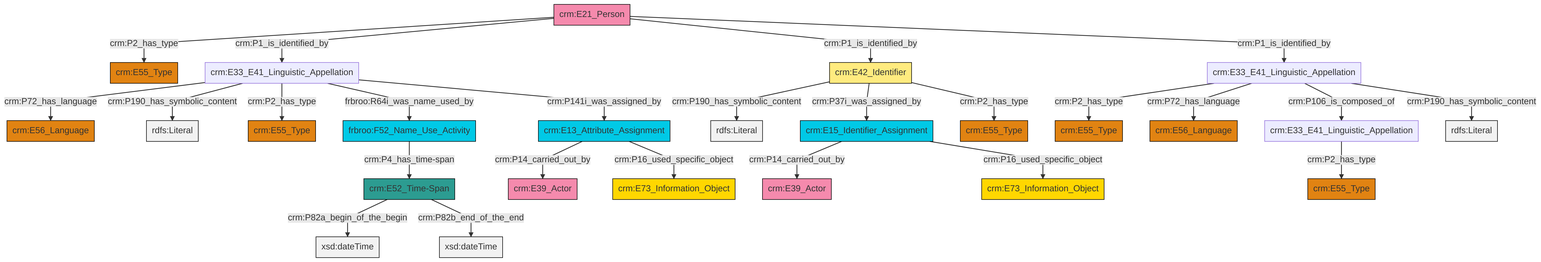
Earlier version of the Mermaid export et/personCSV/ttl/mmd/png/Person_Names_and_Classification.png (swiss-art-research-net/docs.swissartresearch). Its source is kept beside it as et/personCSV/ttl/mmd/Person_Names_and_Classification.ttl.mmd.
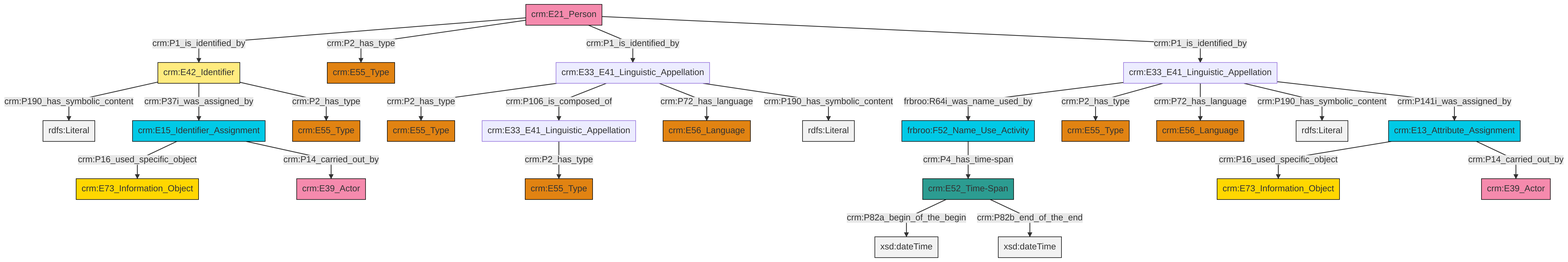
Above is the later version.

What changed in the source:
```diff
@@ -13,27 +13,27 @@
 classDef PC_Classes fill:#4ce600, stroke:#000000;
 classDef Multi fill:#cccccc,stroke:#000000;
 
-2["crm:E33_E41_Linguistic_Appellation"]:::Default -->|crm:P72_has_language| 3["crm:E56_Language"]:::Type
-14["crm:E33_E41_Linguistic_Appellation"]:::Default -->|crm:P2_has_type| 15["crm:E55_Type"]:::Type
-14["crm:E33_E41_Linguistic_Appellation"]:::Default -->|crm:P72_has_language| 16["crm:E56_Language"]:::Type
-18["crm:E42_Identifier"]:::Appellation -->|crm:P190_has_symbolic_content| 19[rdfs:Literal]:::Literal
-20["crm:E15_Identifier_Assignment"]:::Temporal_Entity -->|crm:P14_carried_out_by| 21["crm:E39_Actor"]:::Actor
-18["crm:E42_Identifier"]:::Appellation -->|crm:P37i_was_assigned_by| 20["crm:E15_Identifier_Assignment"]:::Temporal_Entity
-20["crm:E15_Identifier_Assignment"]:::Temporal_Entity -->|crm:P16_used_specific_object| 24["crm:E73_Information_Object"]:::Conceptual_Object
-29["crm:E21_Person"]:::Actor -->|crm:P2_has_type| 12["crm:E55_Type"]:::Type
-2["crm:E33_E41_Linguistic_Appellation"]:::Default -->|crm:P190_has_symbolic_content| 30[rdfs:Literal]:::Literal
-14["crm:E33_E41_Linguistic_Appellation"]:::Default -->|crm:P106_is_composed_of| 8["crm:E33_E41_Linguistic_Appellation"]:::Default
-2["crm:E33_E41_Linguistic_Appellation"]:::Default -->|crm:P2_has_type| 27["crm:E55_Type"]:::Type
-2["crm:E33_E41_Linguistic_Appellation"]:::Default -->|frbroo:R64i_was_name_used_by| 34["frbroo:F52_Name_Use_Activity"]:::Temporal_Entity
-4["crm:E52_Time-Span"]:::Time-Span -->|crm:P82a_begin_of_the_begin| 35[xsd:dateTime]:::Literal
-36["crm:E13_Attribute_Assignment"]:::Temporal_Entity -->|crm:P14_carried_out_by| 0["crm:E39_Actor"]:::Actor
-29["crm:E21_Person"]:::Actor -->|crm:P1_is_identified_by| 2["crm:E33_E41_Linguistic_Appellation"]:::Default
-34["frbroo:F52_Name_Use_Activity"]:::Temporal_Entity -->|crm:P4_has_time-span| 4["crm:E52_Time-Span"]:::Time-Span
-29["crm:E21_Person"]:::Actor -->|crm:P1_is_identified_by| 18["crm:E42_Identifier"]:::Appellation
-18["crm:E42_Identifier"]:::Appellation -->|crm:P2_has_type| 39["crm:E55_Type"]:::Type
-2["crm:E33_E41_Linguistic_Appellation"]:::Default -->|crm:P141i_was_assigned_by| 36["crm:E13_Attribute_Assignment"]:::Temporal_Entity
-14["crm:E33_E41_Linguistic_Appellation"]:::Default -->|crm:P190_has_symbolic_content| 42[rdfs:Literal]:::Literal
-4["crm:E52_Time-Span"]:::Time-Span -->|crm:P82b_end_of_the_end| 43[xsd:dateTime]:::Literal
-8["crm:E33_E41_Linguistic_Appellation"]:::Default -->|crm:P2_has_type| 6["crm:E55_Type"]:::Type
-36["crm:E13_Attribute_Assignment"]:::Temporal_Entity -->|crm:P16_used_specific_object| 10["crm:E73_Information_Object"]:::Conceptual_Object
-29["crm:E21_Person"]:::Actor -->|crm:P1_is_identified_by| 14["crm:E33_E41_Linguistic_Appellation"]:::Default
+2["crm:E42_Identifier"]:::Appellation -->|crm:P190_has_symbolic_content| 3[rdfs:Literal]:::Literal
+4["crm:E13_Attribute_Assignment"]:::Temporal_Entity -->|crm:P16_used_specific_object| 5["crm:E73_Information_Object"]:::Conceptual_Object
+6["frbroo:F52_Name_Use_Activity"]:::Temporal_Entity -->|crm:P4_has_time-span| 0["crm:E52_Time-Span"]:::Time-Span
+9["crm:E33_E41_Linguistic_Appellation"]:::Default -->|frbroo:R64i_was_name_used_by| 6["frbroo:F52_Name_Use_Activity"]:::Temporal_Entity
+9["crm:E33_E41_Linguistic_Appellation"]:::Default -->|crm:P2_has_type| 10["crm:E55_Type"]:::Type
+2["crm:E42_Identifier"]:::Appellation -->|crm:P37i_was_assigned_by| 11["crm:E15_Identifier_Assignment"]:::Temporal_Entity
+0["crm:E52_Time-Span"]:::Time-Span -->|crm:P82a_begin_of_the_begin| 14[xsd:dateTime]:::Literal
+11["crm:E15_Identifier_Assignment"]:::Temporal_Entity -->|crm:P16_used_specific_object| 15["crm:E73_Information_Object"]:::Conceptual_Object
+9["crm:E33_E41_Linguistic_Appellation"]:::Default -->|crm:P72_has_language| 7["crm:E56_Language"]:::Type
+16["crm:E33_E41_Linguistic_Appellation"]:::Default -->|crm:P2_has_type| 17["crm:E55_Type"]:::Type
+18["crm:E21_Person"]:::Actor -->|crm:P1_is_identified_by| 2["crm:E42_Identifier"]:::Appellation
+16["crm:E33_E41_Linguistic_Appellation"]:::Default -->|crm:P106_is_composed_of| 20["crm:E33_E41_Linguistic_Appellation"]:::Default
+9["crm:E33_E41_Linguistic_Appellation"]:::Default -->|crm:P190_has_symbolic_content| 21[rdfs:Literal]:::Literal
+11["crm:E15_Identifier_Assignment"]:::Temporal_Entity -->|crm:P14_carried_out_by| 24["crm:E39_Actor"]:::Actor
+2["crm:E42_Identifier"]:::Appellation -->|crm:P2_has_type| 32["crm:E55_Type"]:::Type
+16["crm:E33_E41_Linguistic_Appellation"]:::Default -->|crm:P72_has_language| 38["crm:E56_Language"]:::Type
+4["crm:E13_Attribute_Assignment"]:::Temporal_Entity -->|crm:P14_carried_out_by| 35["crm:E39_Actor"]:::Actor
+0["crm:E52_Time-Span"]:::Time-Span -->|crm:P82b_end_of_the_end| 42[xsd:dateTime]:::Literal
+9["crm:E33_E41_Linguistic_Appellation"]:::Default -->|crm:P141i_was_assigned_by| 4["crm:E13_Attribute_Assignment"]:::Temporal_Entity
+18["crm:E21_Person"]:::Actor -->|crm:P2_has_type| 33["crm:E55_Type"]:::Type
+16["crm:E33_E41_Linguistic_Appellation"]:::Default -->|crm:P190_has_symbolic_content| 44[rdfs:Literal]:::Literal
+18["crm:E21_Person"]:::Actor -->|crm:P1_is_identified_by| 16["crm:E33_E41_Linguistic_Appellation"]:::Default
+20["crm:E33_E41_Linguistic_Appellation"]:::Default -->|crm:P2_has_type| 12["crm:E55_Type"]:::Type
+18["crm:E21_Person"]:::Actor -->|crm:P1_is_identified_by| 9["crm:E33_E41_Linguistic_Appellation"]:::Default
```
